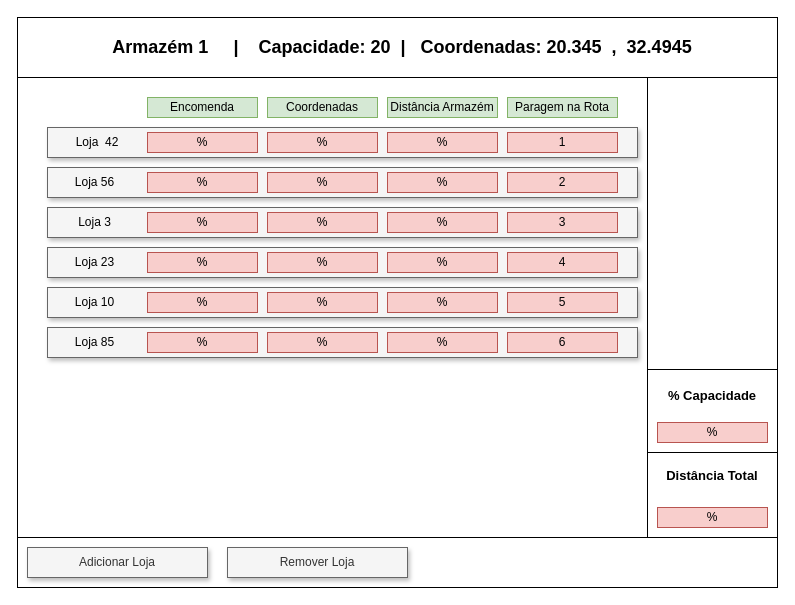
The draw.io diagram page "Page-2" (2 of 2) of Untitled Diagram.drawio in ertykiko/SADE, before the edit. Source tidied: cells renumbered, new cells numbered last; positions are measured from the earlier drawing's top-left corner, leaving out a move shared by most shapes. Both pictures are drawn from the tidied source at 100%, with x=0, y=0 at pixel (17, 17).
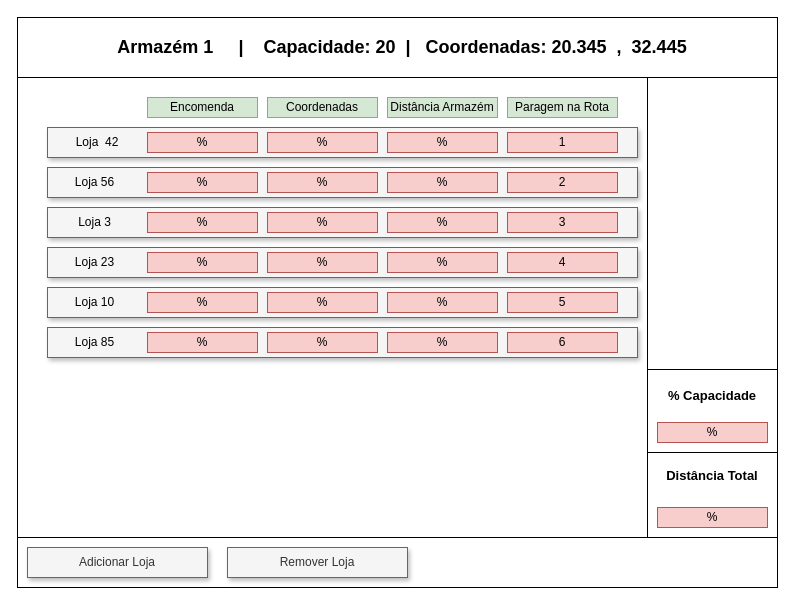
The same page after the edit.

Diff of the diagram source:
```diff
@@
-    <mxCell id="27" value="&lt;font&gt;&lt;span style=&quot;font-size: 18px&quot;&gt;&lt;b&gt;Armazém&amp;nbsp;1&amp;nbsp; &amp;nbsp; &amp;nbsp;|&amp;nbsp; &amp;nbsp; Capacidade: 20&amp;nbsp; |&amp;nbsp; &amp;nbsp;Coordenadas: 20.345&amp;nbsp; ,&amp;nbsp; 32.4945&lt;/b&gt;&lt;/span&gt;&lt;/font&gt;" style="text;html=1;strokeColor=none;fillColor=none;align=center;verticalAlign=middle;whiteSpace=wrap;rounded=0;" parent="1" vertex="1">
+    <mxCell id="27" value="&lt;font&gt;&lt;span style=&quot;font-size: 18px&quot;&gt;&lt;b&gt;Armazém&amp;nbsp;1&amp;nbsp; &amp;nbsp; &amp;nbsp;|&amp;nbsp; &amp;nbsp; Capacidade: 20&amp;nbsp; |&amp;nbsp; &amp;nbsp;Coordenadas: 20.345&amp;nbsp; ,&amp;nbsp; 32.445&lt;/b&gt;&lt;/span&gt;&lt;/font&gt;" style="text;html=1;strokeColor=none;fillColor=none;align=center;verticalAlign=middle;whiteSpace=wrap;rounded=0;" parent="1" vertex="1">
       <mxGeometry x="30" y="10" width="710" height="40" as="geometry" />
     </mxCell>
```
